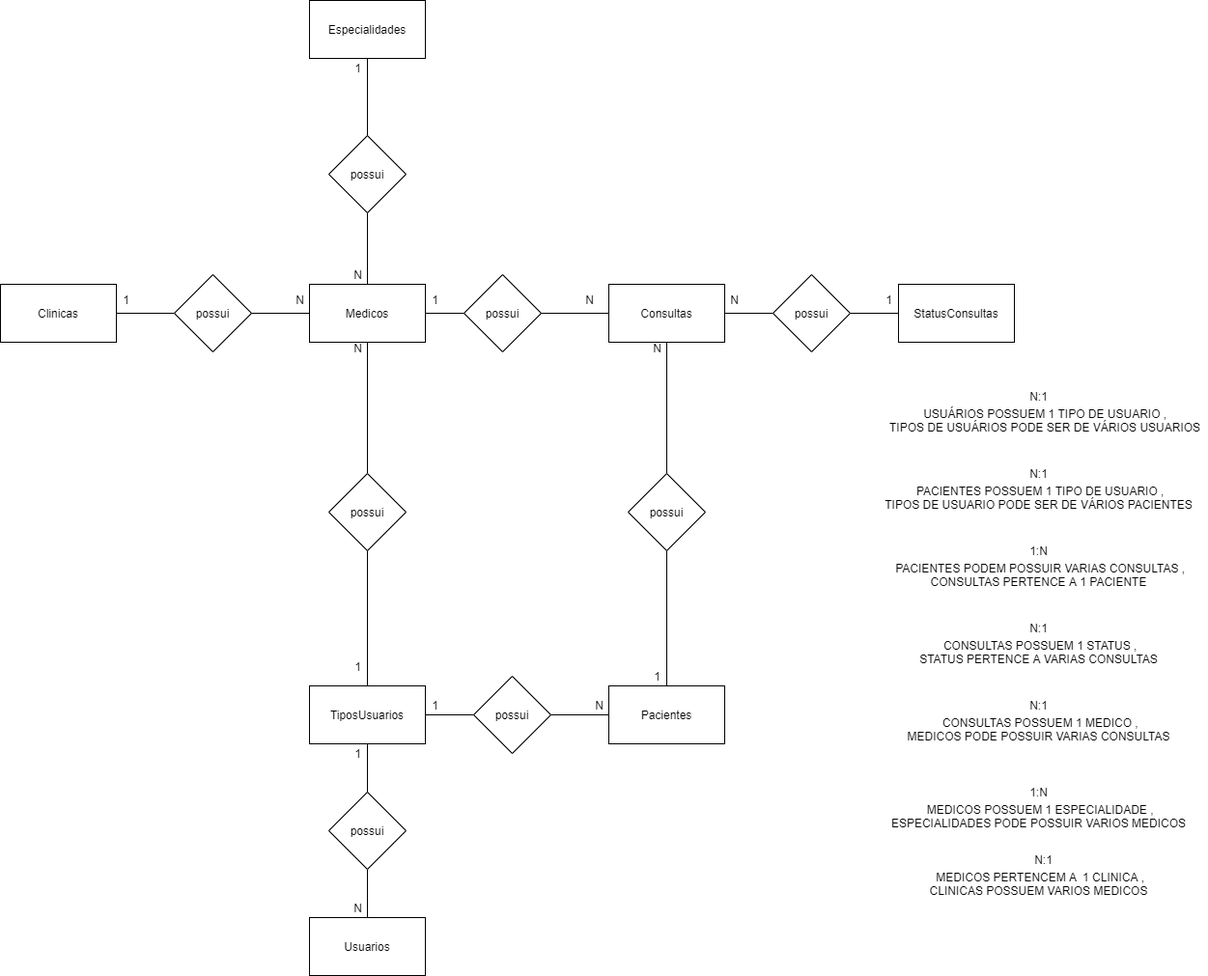
This is SP_Medical_Group/SP_Medical_Group-Conceitual.png from Carlos-Augusto-Roque/Sprint1_bd, a draw.io export, as it was before one commit. Source tidied: cells renumbered, new cells last; positions are measured from the earlier drawing's top-left corner, leaving out a move shared by most shapes.
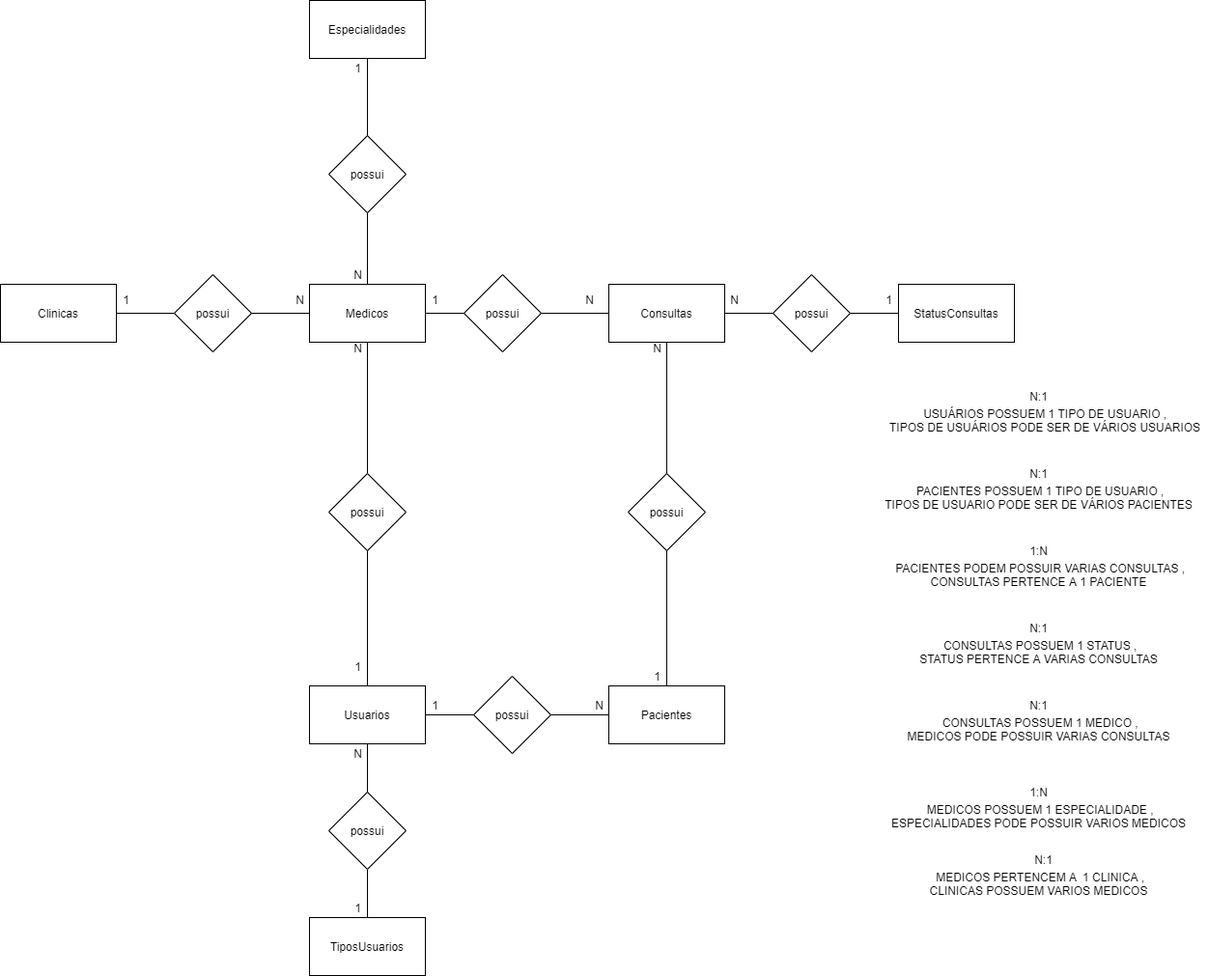
After the change.

Change to the diagram source:
```diff
@@ -47,7 +47,7 @@
     <mxCell id="16" value="Especialidades" style="rounded=0;whiteSpace=wrap;html=1;" parent="1" vertex="1">
       <mxGeometry x="320" width="120" height="60" as="geometry" />
     </mxCell>
-    <mxCell id="17" value="Usuarios" style="rounded=0;whiteSpace=wrap;html=1;" parent="1" vertex="1">
+    <mxCell id="17" value="TiposUsuarios" style="rounded=0;whiteSpace=wrap;html=1;" parent="1" vertex="1">
       <mxGeometry x="320" y="950" width="120" height="60" as="geometry" />
     </mxCell>
     <mxCell id="18" style="edgeStyle=orthogonalEdgeStyle;rounded=0;jettySize=auto;html=1;endArrow=none;endFill=0;" parent="1" edge="1" source="21" target="23">
@@ -59,7 +59,7 @@
     <mxCell id="20" style="edgeStyle=orthogonalEdgeStyle;rounded=0;jettySize=auto;html=1;endArrow=none;endFill=0;" parent="1" edge="1" source="21" target="50">
       <mxGeometry relative="1" as="geometry" />
     </mxCell>
-    <mxCell id="21" value="TiposUsuarios" style="rounded=0;whiteSpace=wrap;html=1;" parent="1" vertex="1">
+    <mxCell id="21" value="Usuarios" style="rounded=0;whiteSpace=wrap;html=1;" parent="1" vertex="1">
       <mxGeometry x="320" y="710" width="120" height="60" as="geometry" />
     </mxCell>
     <mxCell id="22" style="edgeStyle=orthogonalEdgeStyle;rounded=0;jettySize=auto;html=1;endArrow=none;endFill=0;" parent="1" edge="1" source="23" target="17">
@@ -80,10 +80,10 @@
     <mxCell id="27" value="possui" style="rhombus;whiteSpace=wrap;html=1;" parent="1" vertex="1">
       <mxGeometry x="340" y="140" width="80" height="80" as="geometry" />
     </mxCell>
-    <mxCell id="28" value="1" style="text;html=1;align=center;verticalAlign=middle;" parent="1" vertex="1">
+    <mxCell id="28" value="N" style="text;html=1;align=center;verticalAlign=middle;" parent="1" vertex="1">
       <mxGeometry x="360" y="770" width="20" height="20" as="geometry" />
     </mxCell>
-    <mxCell id="29" value="N" style="text;html=1;align=center;verticalAlign=middle;" parent="1" vertex="1">
+    <mxCell id="29" value="1" style="text;html=1;align=center;verticalAlign=middle;" parent="1" vertex="1">
       <mxGeometry x="360" y="930" width="20" height="20" as="geometry" />
     </mxCell>
     <mxCell id="30" style="edgeStyle=orthogonalEdgeStyle;rounded=0;jettySize=auto;html=1;endArrow=none;endFill=0;" parent="1" edge="1" source="31" target="3">
```
